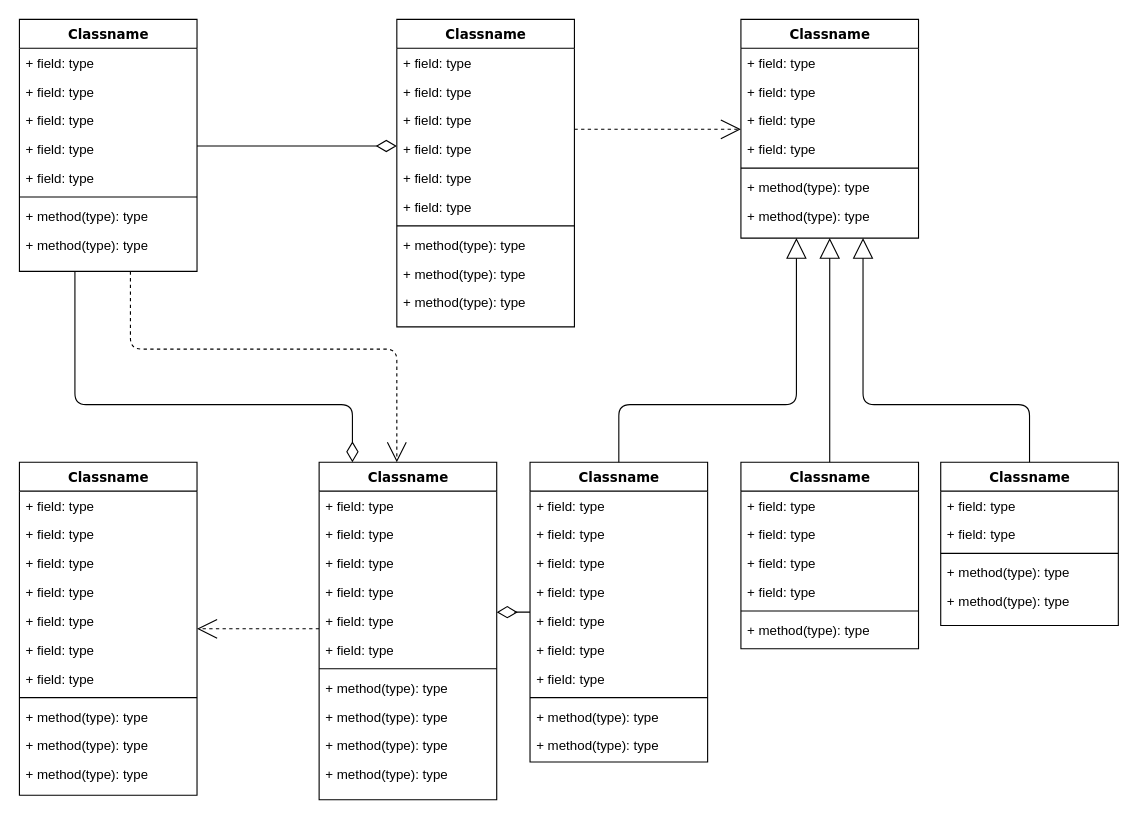
Before: 제목 없는 다이어그램.drawio in cjfal2/fin_yukim, a draw.io diagram. Source tidied: cells renumbered, new cells numbered last; positions are measured from the earlier drawing's top-left corner, leaving out a move shared by most shapes. Both pictures are drawn from the tidied source at 111%, with x=0, y=0 at pixel (19, 19).
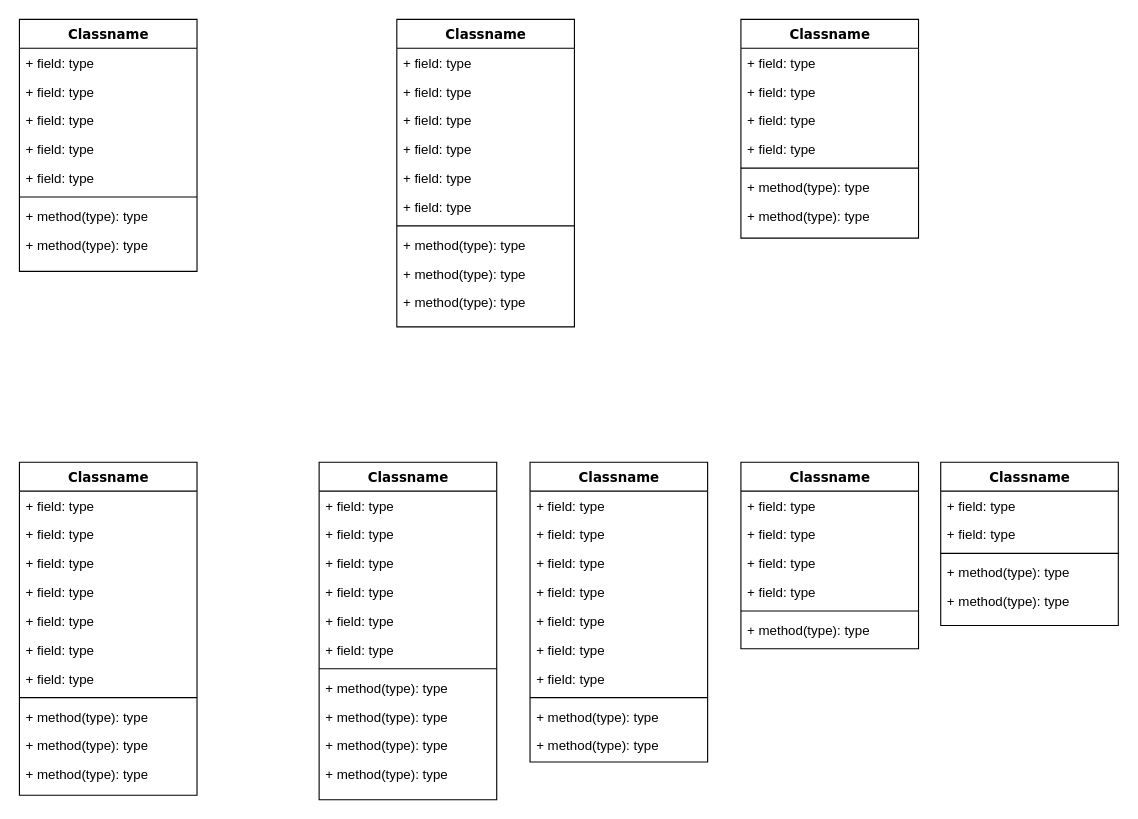
The same diagram, later.

Commit message:
pjt erd base

Unchanged cells that the change refers to:
```xml
<mxCell id="4" value="Classname" style="swimlane;html=1;fontStyle=1;align=center;verticalAlign=top;horizontal=1;startSize=26;swimlaneFillColor=#ffffff;rounded=0;shadow=0;comic=0;labelBackgroundColor=none;strokeWidth=1;fillColor=none;fontFamily=Verdana;fontSize=12;" parent="1" vertex="1">
  <mxGeometry width="160" height="227" as="geometry" />
</mxCell>
<mxCell id="14" value="Classname" style="swimlane;html=1;fontStyle=1;align=center;verticalAlign=top;horizontal=1;startSize=26;swimlaneFillColor=#ffffff;rounded=0;shadow=0;comic=0;labelBackgroundColor=none;strokeWidth=1;fillColor=none;fontFamily=Verdana;fontSize=12;" parent="1" vertex="1">
  <mxGeometry x="340" width="160" height="277" as="geometry" />
</mxCell>
<mxCell id="25" value="Classname" style="swimlane;html=1;fontStyle=1;align=center;verticalAlign=top;horizontal=1;startSize=26;swimlaneFillColor=#ffffff;rounded=0;shadow=0;comic=0;labelBackgroundColor=none;strokeWidth=1;fillColor=none;fontFamily=Verdana;fontSize=12;" parent="1" vertex="1">
  <mxGeometry x="650" width="160" height="197" as="geometry" />
</mxCell>
<mxCell id="34" value="Classname" style="swimlane;html=1;fontStyle=1;align=center;verticalAlign=top;horizontal=1;startSize=26;swimlaneFillColor=#ffffff;rounded=0;shadow=0;comic=0;labelBackgroundColor=none;strokeWidth=1;fillColor=none;fontFamily=Verdana;fontSize=12;" parent="1" vertex="1">
  <mxGeometry y="399" width="160" height="300" as="geometry" />
</mxCell>
<mxCell id="47" value="Classname" style="swimlane;html=1;fontStyle=1;align=center;verticalAlign=top;horizontal=1;startSize=26;swimlaneFillColor=#ffffff;rounded=0;shadow=0;comic=0;labelBackgroundColor=none;strokeWidth=1;fillColor=none;fontFamily=Verdana;fontSize=12;" parent="1" vertex="1">
  <mxGeometry x="270" y="399" width="160" height="304" as="geometry" />
</mxCell>
<mxCell id="60" value="Classname" style="swimlane;html=1;fontStyle=1;align=center;verticalAlign=top;horizontal=1;startSize=26;swimlaneFillColor=#ffffff;rounded=0;shadow=0;comic=0;labelBackgroundColor=none;strokeWidth=1;fillColor=none;fontFamily=Verdana;fontSize=12;" parent="1" vertex="1">
  <mxGeometry x="460" y="399" width="160" height="270" as="geometry" />
</mxCell>
<mxCell id="72" value="Classname" style="swimlane;html=1;fontStyle=1;align=center;verticalAlign=top;horizontal=1;startSize=26;swimlaneFillColor=#ffffff;rounded=0;shadow=0;comic=0;labelBackgroundColor=none;strokeWidth=1;fillColor=none;fontFamily=Verdana;fontSize=12;" parent="1" vertex="1">
  <mxGeometry x="650" y="399" width="160" height="168" as="geometry" />
</mxCell>
<mxCell id="80" value="Classname" style="swimlane;html=1;fontStyle=1;align=center;verticalAlign=top;horizontal=1;startSize=26;swimlaneFillColor=#ffffff;rounded=0;shadow=0;comic=0;labelBackgroundColor=none;strokeWidth=1;fillColor=none;fontFamily=Verdana;fontSize=12;" parent="1" vertex="1">
  <mxGeometry x="830" y="399" width="160" height="147" as="geometry" />
</mxCell>
```

Diff of the diagram source:
```diff
@@
-    <mxCell id="2" style="edgeStyle=orthogonalEdgeStyle;html=1;labelBackgroundColor=none;startFill=0;startSize=8;endArrow=open;endFill=0;endSize=16;fontFamily=Verdana;fontSize=12;dashed=1;" parent="1" edge="1" source="4" target="47">
-      <mxGeometry relative="1" as="geometry">
-        <Array as="points">
-          <mxPoint x="100" y="297" />
-          <mxPoint x="340" y="297" />
-        </Array>
-      </mxGeometry>
-    </mxCell>
-    <mxCell id="3" style="edgeStyle=orthogonalEdgeStyle;html=1;labelBackgroundColor=none;startFill=0;startSize=8;endArrow=diamondThin;endFill=0;endSize=16;fontFamily=Verdana;fontSize=12;" parent="1" edge="1" source="4" target="47">
-      <mxGeometry relative="1" as="geometry">
-        <Array as="points">
-          <mxPoint x="50" y="347" />
-          <mxPoint x="300" y="347" />
-        </Array>
-      </mxGeometry>
-    </mxCell>
@@
-    <mxCell id="13" style="edgeStyle=elbowEdgeStyle;html=1;labelBackgroundColor=none;startFill=0;startSize=8;endArrow=open;endFill=0;endSize=16;fontFamily=Verdana;fontSize=12;elbow=vertical;dashed=1;" parent="1" edge="1" source="14" target="25">
-      <mxGeometry relative="1" as="geometry" />
-    </mxCell>
@@
-    <mxCell id="33" style="edgeStyle=elbowEdgeStyle;html=1;labelBackgroundColor=none;startFill=0;startSize=8;endArrow=open;endFill=0;endSize=16;fontFamily=Verdana;fontSize=12;elbow=vertical;dashed=1;" parent="1" edge="1" source="47" target="34">
-      <mxGeometry relative="1" as="geometry" />
-    </mxCell>
@@
-    <mxCell id="46" style="edgeStyle=elbowEdgeStyle;html=1;labelBackgroundColor=none;startFill=0;startSize=8;endArrow=diamondThin;endFill=0;endSize=16;fontFamily=Verdana;fontSize=12;elbow=vertical;" parent="1" edge="1" source="60" target="47">
-      <mxGeometry relative="1" as="geometry" />
-    </mxCell>
@@
-    <mxCell id="59" style="edgeStyle=orthogonalEdgeStyle;html=1;labelBackgroundColor=none;startFill=0;startSize=8;endArrow=block;endFill=0;endSize=16;fontFamily=Verdana;fontSize=12;" parent="1" edge="1" source="60" target="25">
-      <mxGeometry relative="1" as="geometry">
-        <Array as="points">
-          <mxPoint x="540" y="347" />
-          <mxPoint x="700" y="347" />
-        </Array>
-      </mxGeometry>
-    </mxCell>
@@
-    <mxCell id="71" style="edgeStyle=orthogonalEdgeStyle;html=1;labelBackgroundColor=none;startFill=0;startSize=8;endArrow=block;endFill=0;endSize=16;fontFamily=Verdana;fontSize=12;" parent="1" edge="1" source="72" target="25">
-      <mxGeometry relative="1" as="geometry" />
-    </mxCell>
@@
-    <mxCell id="79" style="edgeStyle=orthogonalEdgeStyle;html=1;labelBackgroundColor=none;startFill=0;startSize=8;endArrow=block;endFill=0;endSize=16;fontFamily=Verdana;fontSize=12;" parent="1" edge="1" source="80" target="25">
-      <mxGeometry relative="1" as="geometry">
-        <Array as="points">
-          <mxPoint x="910" y="347" />
-          <mxPoint x="760" y="347" />
-        </Array>
-      </mxGeometry>
-    </mxCell>
@@
-    <mxCell id="86" style="edgeStyle=elbowEdgeStyle;html=1;labelBackgroundColor=none;startFill=0;startSize=8;endArrow=diamondThin;endFill=0;endSize=16;fontFamily=Verdana;fontSize=12;elbow=vertical;" parent="1" edge="1" source="4" target="14">
-      <mxGeometry relative="1" as="geometry" />
-    </mxCell>
```
